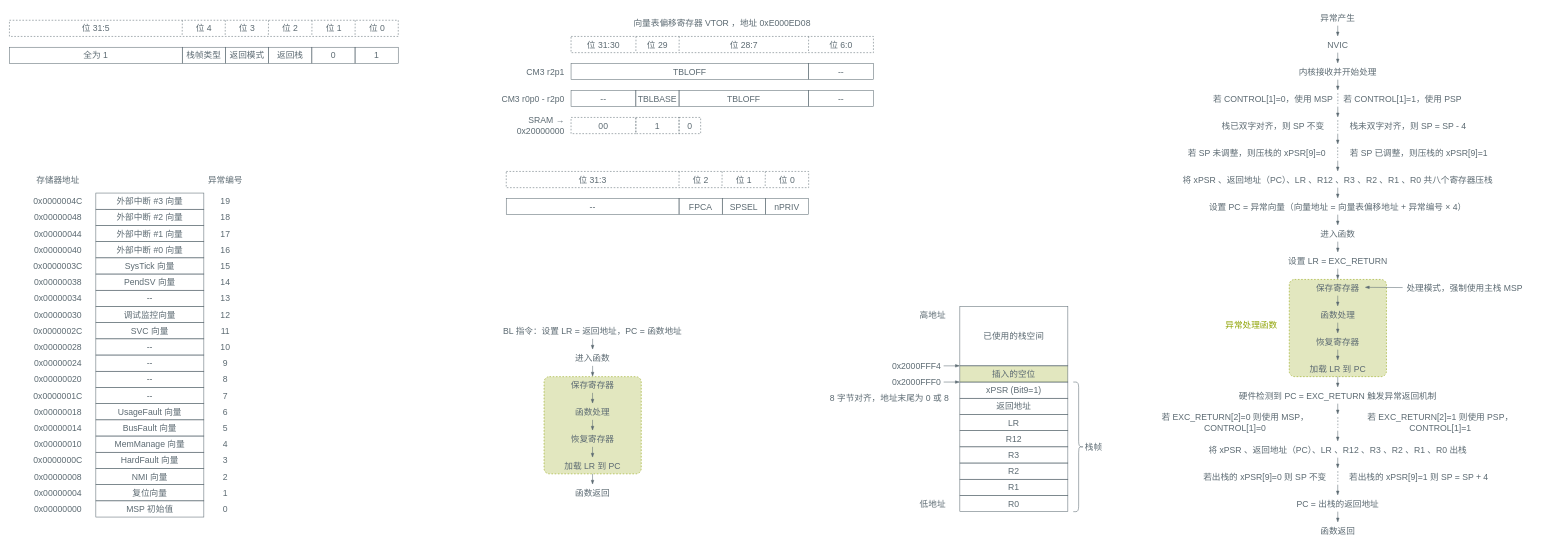
This is content/posts/stm32-it/stm32-it.drawio from kingtuo123/blog, a draw.io file, before an edit. Source tidied: cells renumbered, new cells numbered last; positions are measured from the earlier drawing's top-left corner, leaving out a move shared by most shapes. Both pictures are drawn from the tidied source at 54%, with x=0, y=0 at pixel (9, 9).
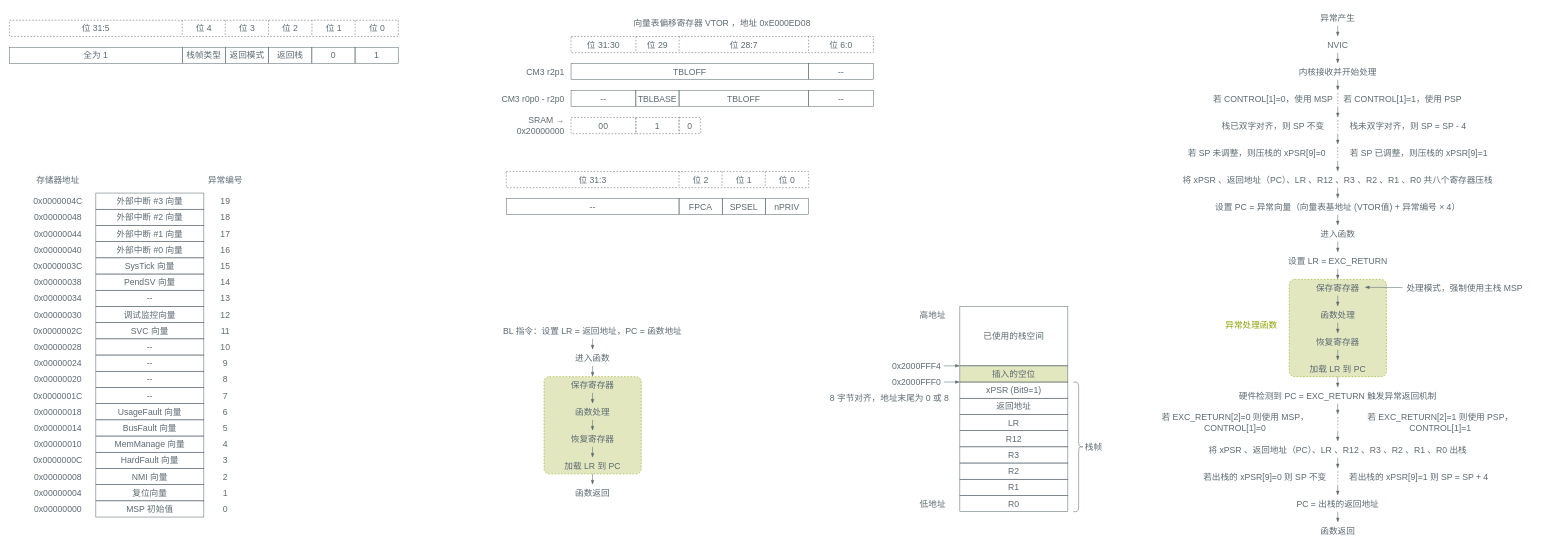
Above is the later version.

Diff of the diagram source:
```diff
@@
-    <mxCell id="116" value="&lt;font style=&quot;color: light-dark(rgb(92, 106, 114), rgb(211, 198, 170));&quot;&gt;设置 PC = 异常向量（向量地址 = 向量表偏移地址 + 异常编号 × 4）&lt;/font&gt;" style="rounded=0;whiteSpace=wrap;html=1;fillColor=none;strokeColor=none;fontFamily=LXGW WenKai Mono;fontSize=16;fontColor=light-dark(#5C6A72,#D3C6AA);fillOpacity=25;" parent="1" vertex="1">
+    <mxCell id="116" value="&lt;font style=&quot;color: light-dark(rgb(92, 106, 114), rgb(211, 198, 170));&quot;&gt;设置 PC = 异常向量（向量表基地址 (VTOR值) + 异常编号 × 4）&lt;/font&gt;" style="rounded=0;whiteSpace=wrap;html=1;fillColor=none;strokeColor=none;fontFamily=LXGW WenKai Mono;fontSize=16;fontColor=light-dark(#5C6A72,#D3C6AA);fillOpacity=25;" parent="1" vertex="1">
       <mxGeometry x="2200" y="350" width="520" height="30" as="geometry" />
     </mxCell>
```
